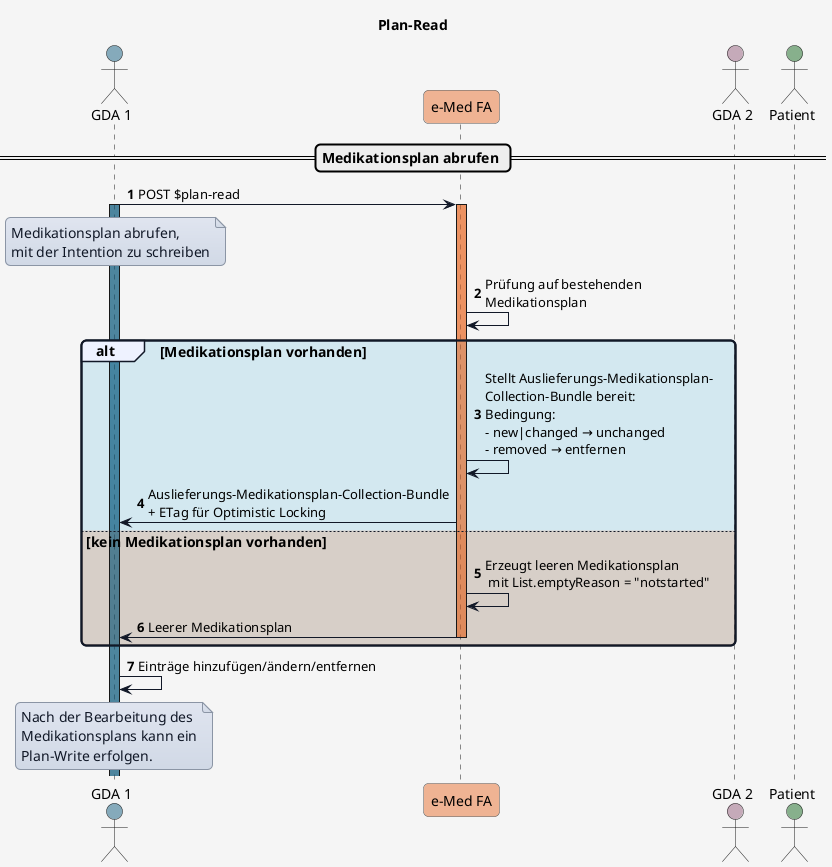
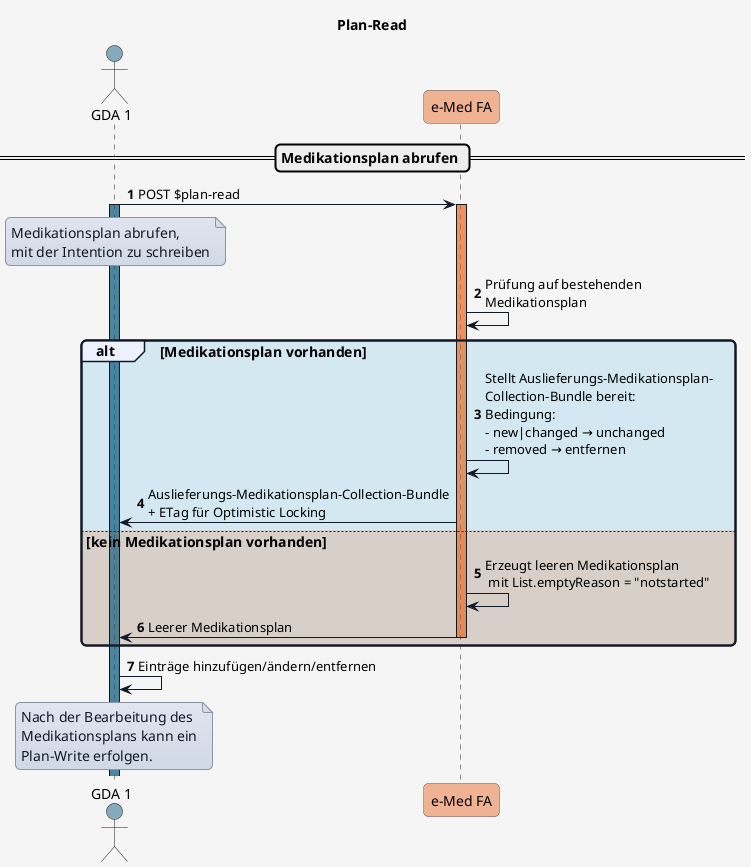
@startuml
title Plan-Read

'skinparam actorStyle awesome

skinparam borderColor #000000
skinparam backgroundColor #f5f5f5
skinparam shadowing false
skinparam roundCorner 10
skinparam defaultFontName "Arial"
skinparam defaultFontSize 14
skinparam defaultFontColor #000000
skinparam HyperlinkColor #0000EE
skinparam HyperlinkUnderline false
skinparam BoxPadding 20
skinparam BoxBorderColor #555555

skinparam note {
  BackgroundColor #e0e5f0-#d1d9e6
  BorderColor #8b95a5
  BorderThickness 1
  RoundCorner 0
  Padding 6
  FontColor #111827
  Shadowing false
}

skinparam sequence {
  ParticipantBorderColor #555555
  ParticipantBackgroundColor #ffffff
  ParticipantFontColor #000000
  ParticipantFontSize 14
  ParticipantPadding 20
  ArrowColor #111827
  ArrowThickness 1
  ArrowFontColor #000000
  ArrowFontSize 13
  GroupBorderColor #111827
  GroupBackgroundColor #eef2ff
  GroupBorderThickness 2
}

!define COLOR_GDA_1    #15608280
!define COLOR_GDA_2    #96607D80
!define COLOR_PATIENT  #196B2480
!define COLOR_APO      #0F9ED590
!define COLOR_EMED_FA  #E9713280
!define COLOR_E_REZEPT #C0504D80

!define COLOR_OK       #0F9ED525
!define COLOR_ERROR    #E9713235

actor GDA_1 as "GDA 1" COLOR_GDA_1
participant eMed_FA as "e-Med FA" COLOR_EMED_FA
- actor GDA_2 as "GDA 2" COLOR_GDA_2
- actor Patient as "Patient" COLOR_PATIENT
+ 

autonumber

== Medikationsplan abrufen ==

GDA_1 -> eMed_FA: POST $plan-read
activate GDA_1 COLOR_GDA_1

note over GDA_1
Medikationsplan abrufen,
mit der Intention zu schreiben
end note

activate eMed_FA COLOR_EMED_FA
eMed_FA -> eMed_FA: Prüfung auf bestehenden\nMedikationsplan

alt COLOR_OK Medikationsplan vorhanden
  eMed_FA -> eMed_FA: Stellt Auslieferungs-Medikationsplan-\nCollection-Bundle bereit:\nBedingung:\n- new|changed → unchanged\n- removed → entfernen
  eMed_FA -> GDA_1: Auslieferungs-Medikationsplan-Collection-Bundle\n+ ETag für Optimistic Locking
else COLOR_ERROR kein Medikationsplan vorhanden
  eMed_FA -> eMed_FA: Erzeugt leeren Medikationsplan\n mit List.emptyReason = "notstarted"
  eMed_FA -> GDA_1: Leerer Medikationsplan
  deactivate eMed_FA
end

GDA_1 -> GDA_1: Einträge hinzufügen/ändern/entfernen

note over GDA_1
Nach der Bearbeitung des
Medikationsplans kann ein
Plan-Write erfolgen.
end note

@enduml